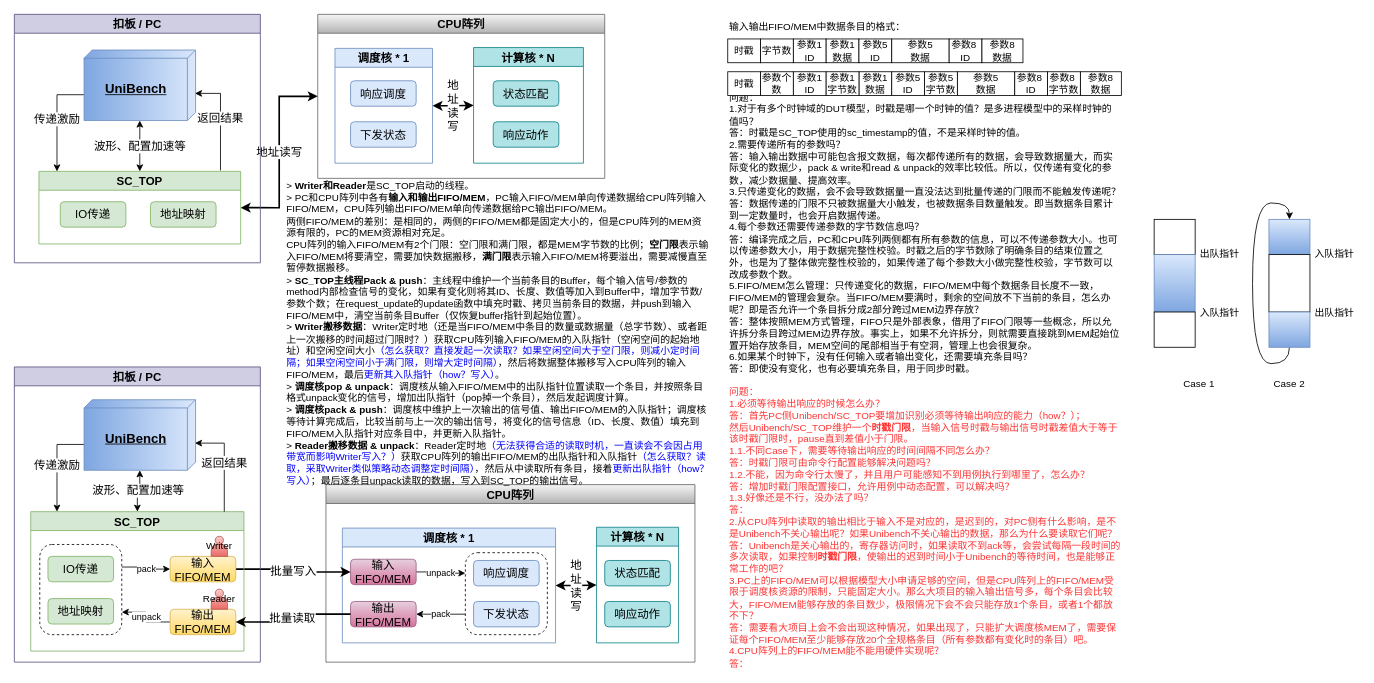
Before: page "异步通信" (2 of 2) of verilator_digrams/aync_comm.drawio in Dercury/CLDK, a draw.io diagram. Source tidied: cells renumbered, new cells numbered last; positions are measured from the earlier drawing's top-left corner, leaving out a move shared by most shapes. Both pictures are drawn from the tidied source at 82%, with x=0, y=0 at pixel (14, 14).
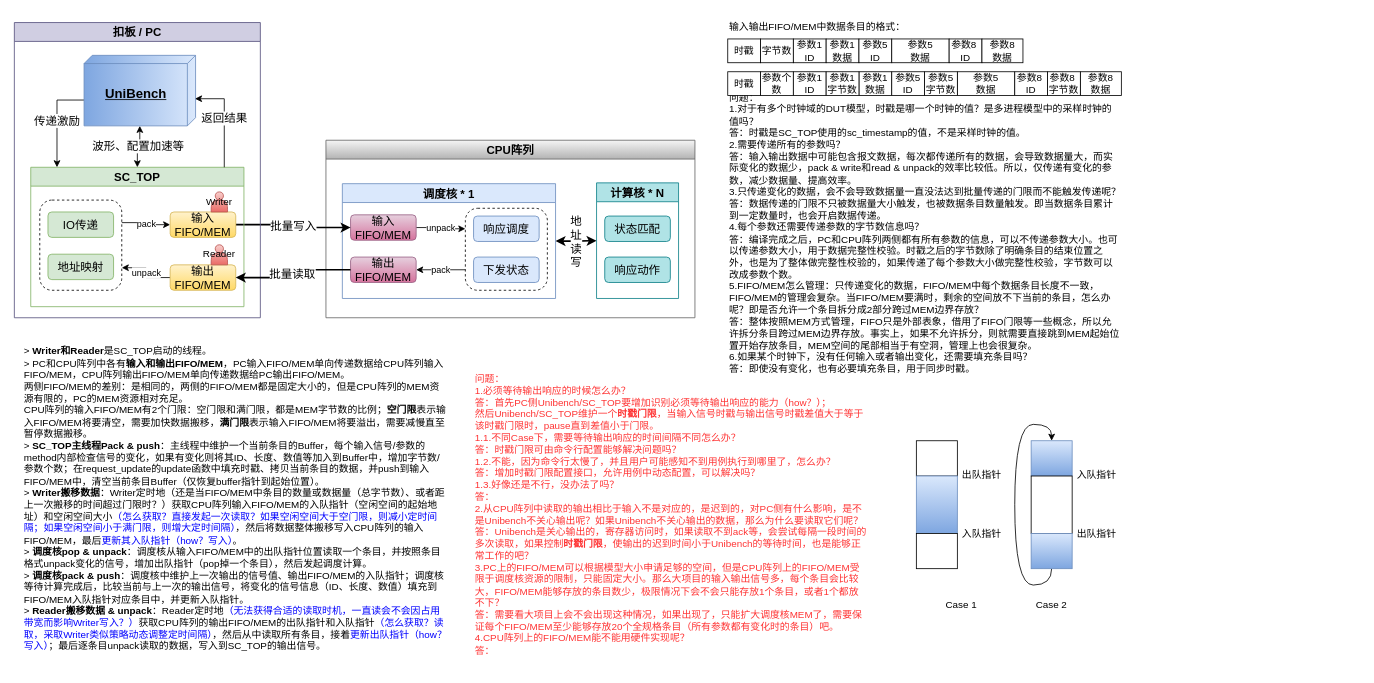
The same page after the edit.

Diff of the diagram source:
```diff
@@
-    <mxCell id="2" value="CPU阵列" style="swimlane;fontSize=14;fillColor=#f5f5f5;strokeColor=#666666;gradientColor=#b3b3b3;" parent="1" vertex="1">
-      <mxGeometry x="370" width="350" height="200" as="geometry" />
-    </mxCell>
-    <mxCell id="3" value="地&lt;br&gt;址&lt;br&gt;读&lt;br&gt;写" style="edgeStyle=orthogonalEdgeStyle;rounded=0;jettySize=auto;html=1;exitX=1;exitY=0.5;exitDx=0;exitDy=0;entryX=0;entryY=0.5;entryDx=0;entryDy=0;strokeWidth=2;fontSize=14;startArrow=classic;startFill=1;" parent="2" edge="1" source="4" target="7">
-      <mxGeometry relative="1" as="geometry" />
-    </mxCell>
-    <mxCell id="4" value="调度核 * 1" style="swimlane;fontSize=14;fillColor=#dae8fc;strokeColor=#6c8ebf;" parent="2" vertex="1">
-      <mxGeometry x="21" y="41.5" width="119" height="140" as="geometry" />
-    </mxCell>
-    <mxCell id="5" value="响应调度" style="rounded=1;whiteSpace=wrap;html=1;fontSize=14;fillColor=#dae8fc;strokeColor=#6c8ebf;" parent="4" vertex="1">
-      <mxGeometry x="19" y="39.5" width="80" height="31" as="geometry" />
-    </mxCell>
-    <mxCell id="6" value="下发状态" style="rounded=1;whiteSpace=wrap;html=1;fontSize=14;fillColor=#dae8fc;strokeColor=#6c8ebf;" parent="4" vertex="1">
-      <mxGeometry x="19" y="89.5" width="80" height="31" as="geometry" />
-    </mxCell>
-    <mxCell id="7" value="计算核 * N" style="swimlane;fontSize=14;fillColor=#b0e3e6;strokeColor=#0e8088;" parent="2" vertex="1">
-      <mxGeometry x="190" y="40.5" width="134" height="141" as="geometry" />
-    </mxCell>
-    <mxCell id="8" value="状态匹配" style="rounded=1;whiteSpace=wrap;html=1;fontSize=14;fillColor=#b0e3e6;strokeColor=#0e8088;" parent="7" vertex="1">
-      <mxGeometry x="24" y="40.5" width="80" height="31" as="geometry" />
-    </mxCell>
-    <mxCell id="9" value="响应动作" style="rounded=1;whiteSpace=wrap;html=1;fontSize=14;fillColor=#b0e3e6;strokeColor=#0e8088;" parent="7" vertex="1">
-      <mxGeometry x="24" y="90.5" width="80" height="31" as="geometry" />
-    </mxCell>
-    <mxCell id="10" value="地址读写" style="edgeStyle=orthogonalEdgeStyle;rounded=0;jettySize=auto;html=1;exitX=1;exitY=0.5;exitDx=0;exitDy=0;fontSize=14;startArrow=classic;startFill=1;strokeWidth=2;entryX=0;entryY=0.5;entryDx=0;entryDy=0;" parent="1" edge="1" source="12" target="2">
-      <mxGeometry relative="1" as="geometry" />
-    </mxCell>
-    <mxCell id="11" value="扣板 / PC" style="swimlane;fontSize=14;fillColor=#d0cee2;strokeColor=#56517e;" parent="1" vertex="1">
-      <mxGeometry width="300" height="303" as="geometry" />
-    </mxCell>
-    <mxCell id="12" value="SC_TOP" style="swimlane;fontSize=14;fillColor=#d5e8d4;strokeColor=#82b366;" parent="11" vertex="1">
-      <mxGeometry x="30" y="191.5" width="246" height="88.5" as="geometry" />
-    </mxCell>
-    <mxCell id="13" value="地址映射" style="rounded=1;whiteSpace=wrap;html=1;fontSize=14;fillColor=#d5e8d4;strokeColor=#82b366;" parent="12" vertex="1">
-      <mxGeometry x="136" y="37" width="80" height="31" as="geometry" />
-    </mxCell>
-    <mxCell id="14" value="IO传递" style="rounded=1;whiteSpace=wrap;html=1;fontSize=14;fillColor=#d5e8d4;strokeColor=#82b366;" parent="12" vertex="1">
-      <mxGeometry x="26" y="37" width="80" height="31" as="geometry" />
-    </mxCell>
-    <mxCell id="15" value="传递激励" style="edgeStyle=orthogonalEdgeStyle;rounded=0;jettySize=auto;html=1;fontSize=14;startArrow=none;startFill=0;" parent="11" edge="1" source="17" target="12">
-      <mxGeometry relative="1" as="geometry">
-        <Array as="points">
-          <mxPoint x="52" y="98" />
-        </Array>
-      </mxGeometry>
-    </mxCell>
-    <mxCell id="16" value="波形、配置加速等" style="edgeStyle=orthogonalEdgeStyle;rounded=0;jettySize=auto;html=1;strokeWidth=1;fontSize=14;startArrow=classic;startFill=1;" parent="11" edge="1" source="17" target="12">
-      <mxGeometry relative="1" as="geometry" />
-    </mxCell>
-    <mxCell id="17" value="UniBench" style="verticalAlign=middle;align=center;spacingTop=8;spacingLeft=2;spacingRight=12;shape=cube;size=10;direction=south;fontStyle=5;html=1;fontSize=16;fillColor=#dae8fc;gradientColor=#7ea6e0;strokeColor=#6c8ebf;" parent="11" vertex="1">
-      <mxGeometry x="85" y="43.5" width="136" height="86" as="geometry" />
-    </mxCell>
-    <mxCell id="18" value="返回结果" style="edgeStyle=orthogonalEdgeStyle;rounded=0;jettySize=auto;html=1;fontSize=14;startArrow=none;startFill=0;exitX=0.9;exitY=-0.013;exitDx=0;exitDy=0;entryX=0.615;entryY=0.005;entryDx=0;entryDy=0;entryPerimeter=0;exitPerimeter=0;" parent="11" edge="1" source="12" target="17">
-      <mxGeometry relative="1" as="geometry" />
-    </mxCell>
     <mxCell id="19" value="CPU阵列" style="swimlane;fontSize=14;fillColor=#f5f5f5;strokeColor=#666666;gradientColor=#b3b3b3;" parent="1" vertex="1">
-      <mxGeometry x="380" y="573.5" width="450" height="216.5" as="geometry" />
+      <mxGeometry x="380" y="153.5" width="450" height="216.5" as="geometry" />
     </mxCell>
@@
     <mxCell id="34" value="扣板 / PC" style="swimlane;fontSize=14;fillColor=#d0cee2;strokeColor=#56517e;" parent="1" vertex="1">
-      <mxGeometry y="430" width="300" height="360" as="geometry" />
+      <mxGeometry y="10" width="300" height="360" as="geometry" />
     </mxCell>
@@
     <mxCell id="51" value="&lt;div&gt;&lt;span style=&quot;background-color: initial; color: rgb(255, 51, 51);&quot;&gt;问题：&lt;/span&gt;&lt;br&gt;&lt;/div&gt;&lt;div&gt;&lt;font color=&quot;#ff3333&quot;&gt;1.必须等待输出响应的时候怎么办？&lt;/font&gt;&lt;/div&gt;&lt;div&gt;&lt;font color=&quot;#ff3333&quot;&gt;答：首先PC侧Unibench/SC_TOP要增加识别必须等待输出响应的能力（how？）；&lt;/font&gt;&lt;/div&gt;&lt;div&gt;&lt;font color=&quot;#ff3333&quot;&gt;然后Unibench/SC_TOP维护一个&lt;b&gt;时戳门限&lt;/b&gt;，当输入信号时戳与输出信号时戳差值大于等于该时戳门限时，pause直到差值小于门限。&lt;/font&gt;&lt;/div&gt;&lt;div&gt;&lt;font color=&quot;#ff3333&quot;&gt;1.1.不同Case下，需要等待输出响应的时间间隔不同怎么办？&lt;/font&gt;&lt;/div&gt;&lt;div&gt;&lt;font color=&quot;#ff3333&quot;&gt;答：时戳门限可由命令行配置能够解决问题吗？&lt;/font&gt;&lt;/div&gt;&lt;div&gt;&lt;font color=&quot;#ff3333&quot;&gt;1.2.不能，因为命令行太慢了，并且用户可能感知不到用例执行到哪里了，怎么办？&lt;/font&gt;&lt;/div&gt;&lt;div&gt;&lt;font color=&quot;#ff3333&quot;&gt;答：增加时戳门限配置接口，允许用例中动态配置，可以解决吗？&lt;/font&gt;&lt;/div&gt;&lt;div&gt;&lt;font color=&quot;#ff3333&quot;&gt;1.3.好像还是不行，没办法了吗？&lt;/font&gt;&lt;/div&gt;&lt;div&gt;&lt;font color=&quot;#ff3333&quot;&gt;答：&lt;/font&gt;&lt;/div&gt;&lt;div&gt;&lt;font color=&quot;#ff3333&quot;&gt;2.从CPU阵列中读取的输出相比于输入不是对应的，是迟到的，对PC侧有什么影响，是不是Unibench不关心输出呢？&lt;/font&gt;&lt;span style=&quot;color: rgb(255, 51, 51); background-color: initial;&quot;&gt;如果Unibench不关心输出的数据，那么为什么要读取它们呢？&lt;/span&gt;&lt;/div&gt;&lt;div&gt;&lt;span style=&quot;color: rgb(255, 51, 51);&quot;&gt;答：Unibench是关心输出的，寄存器访问时，如果读取不到ack等，会尝试每隔一段时间的多次读取，如果控制&lt;b&gt;时戳门限&lt;/b&gt;，使输出的迟到时间小于Unibench的等待时间，也是能够正常工作的吧？&lt;/span&gt;&lt;span style=&quot;color: rgb(255, 51, 51); background-color: initial;&quot;&gt;&lt;br&gt;&lt;/span&gt;&lt;/div&gt;&lt;div&gt;&lt;span style=&quot;color: rgb(255, 51, 51); background-color: initial;&quot;&gt;3.PC上的FIFO/MEM可以根据模型大小申请足够的空间，但是CPU阵列上的FIFO/MEM受限于调度核资源的限制，只能固定大小。那么大项目的输入输出信号多，每个条目会比较大，FIFO/MEM能够存放的条目数少，极限情况下会不会只能存放1个条目，或者1个都放不下？&lt;/span&gt;&lt;/div&gt;&lt;div&gt;&lt;span style=&quot;color: rgb(255, 51, 51); background-color: initial;&quot;&gt;答：需要看大项目上会不会出现这种情况，如果出现了，只能扩大调度核MEM了，需要保证每个FIFO/MEM至少能够存放20个全规格条目（所有参数都有变化时的条目）吧。&lt;/span&gt;&lt;/div&gt;&lt;div&gt;&lt;span style=&quot;color: rgb(255, 51, 51); background-color: initial;&quot;&gt;4.CPU阵列上的FIFO/MEM能不能用硬件实现呢？&lt;/span&gt;&lt;/div&gt;&lt;div&gt;&lt;span style=&quot;color: rgb(255, 51, 51);&quot;&gt;答：&lt;/span&gt;&lt;span style=&quot;color: rgb(255, 51, 51); background-color: initial;&quot;&gt;&lt;br&gt;&lt;/span&gt;&lt;/div&gt;" style="text;html=1;align=left;verticalAlign=middle;whiteSpace=wrap;rounded=0;" parent="1" vertex="1">
-      <mxGeometry x="870" y="461" width="480" height="329" as="geometry" />
+      <mxGeometry x="560" y="430" width="480" height="360" as="geometry" />
     </mxCell>
@@
     <mxCell id="73" value="&lt;div&gt;&lt;span style=&quot;background-color: initial;&quot;&gt;&amp;gt; &lt;b&gt;Writer和Reader&lt;/b&gt;是SC_TOP启动的线程。&lt;/span&gt;&lt;/div&gt;&lt;div&gt;&lt;span style=&quot;background-color: initial;&quot;&gt;&amp;gt; PC和CPU阵列中各有&lt;b&gt;输入和输出FIFO/MEM&lt;/b&gt;，PC输入FIFO/MEM单向传递数据给CPU阵列输入FIFO/MEM，CPU阵列输出FIFO/MEM单向传递数据给PC输出FIFO/MEM。&lt;/span&gt;&lt;br&gt;&lt;/div&gt;&lt;div&gt;两侧FIFO/MEM的差别：是相同的，两侧的FIFO/MEM都是固定大小的，但是&lt;span style=&quot;background-color: initial;&quot;&gt;CPU阵列的MEM资源有限的，&lt;/span&gt;&lt;span style=&quot;background-color: initial;&quot;&gt;PC的MEM资源相对充足。&lt;/span&gt;&lt;/div&gt;&lt;div&gt;CPU阵列的输入FIFO/MEM有2个门限：空门限和满门限，都是MEM字节数的比例；&lt;b&gt;空门限&lt;/b&gt;表示输入FIFO/MEM将要清空，需要加快数据搬移，&lt;b&gt;满门限&lt;/b&gt;表示输入FIFO/MEM将要溢出，需要减慢直至暂停数据搬移。&lt;br&gt;&lt;/div&gt;&lt;div&gt;&lt;span style=&quot;background-color: initial;&quot;&gt;&amp;gt;&amp;nbsp;&lt;/span&gt;&lt;b style=&quot;background-color: initial;&quot;&gt;SC_TOP&lt;/b&gt;&lt;b style=&quot;background-color: initial;&quot;&gt;主线程Pack &amp;amp; push&lt;/b&gt;&lt;span style=&quot;background-color: initial;&quot;&gt;：主线程中维护一个当前条目的Buffer，每个输入信号/参数的method内部检查信号的变化，如果有变化则将其ID、长度、数值等加入到Buffer中，增加字节数/参数个数；在request_update的update函数中填充时戳、拷贝当前条目的数据，并push到输入FIFO/MEM中，清空当前条目Buffer（仅恢复buffer指针到起始位置）。&lt;/span&gt;&lt;/div&gt;&lt;div&gt;&amp;gt; &lt;b&gt;Writer搬移数据&lt;/b&gt;：&lt;span style=&quot;background-color: initial;&quot;&gt;Writer定时地&lt;/span&gt;&lt;span style=&quot;background-color: initial;&quot;&gt;（还是当FIFO/MEM中条目的数量或数据量（总字节数）、或者距上一次搬移的时间超过门限时？&lt;/span&gt;&lt;span style=&quot;background-color: initial;&quot;&gt;）&lt;/span&gt;&lt;font style=&quot;background-color: initial;&quot;&gt;获取CPU阵列输入FIFO/MEM的入队指针（&lt;/font&gt;&lt;span style=&quot;background-color: initial;&quot;&gt;空闲空间的起始地址&lt;/span&gt;&lt;font style=&quot;background-color: initial;&quot;&gt;）和空闲空间大小&lt;/font&gt;&lt;font color=&quot;#0000ff&quot; style=&quot;background-color: initial;&quot;&gt;（怎么获取？直接发起一次读取？如果空闲空间大于空门限，则减小定时间隔；如果空闲空间小于满门限，则增大定时间隔）&lt;/font&gt;&lt;span style=&quot;background-color: initial;&quot;&gt;，然后将数据整体搬移写入CPU阵列的输入FIFO/MEM，最后&lt;/span&gt;&lt;font color=&quot;#0000ff&quot; style=&quot;background-color: initial;&quot;&gt;更新其入队指针（how？写入）&lt;/font&gt;&lt;span style=&quot;background-color: initial;&quot;&gt;。&lt;/span&gt;&lt;/div&gt;&lt;div&gt;&amp;gt; &lt;b&gt;调度核pop &amp;amp; unpack&lt;/b&gt;：调度核从输入FIFO/MEM中的出队指针位置读取一个条目，并按照条目格式unpack变化的信号，增加出队指针（pop掉一个条目），然后发起调度计算。&lt;/div&gt;&lt;div&gt;&amp;gt; &lt;b&gt;调度核pack &amp;amp; push&lt;/b&gt;：调度核中维护上一次输出的信号值、输出FIFO/MEM的入队指针；调度核等待计算完成后，比较当前与上一次的输出信号，将变化的信号信息（ID、长度、数值）填充到FIFO/MEM入队指针对应条目中，并更新入队指针。&lt;/div&gt;&lt;div&gt;&amp;gt; &lt;b&gt;Reader搬移数据 &amp;amp; unpack&lt;/b&gt;：Reader定时地&lt;font color=&quot;#0000ff&quot;&gt;（无法获得合适的读取时机，一直读会不会因占用带宽而影响Writer写入？&lt;/font&gt;&lt;span style=&quot;background-color: initial;&quot;&gt;&lt;font color=&quot;#0000ff&quot;&gt;）&lt;/font&gt;获取&lt;/span&gt;&lt;span style=&quot;background-color: initial;&quot;&gt;CPU阵列的输出FIFO/MEM的出队指针和入队指针&lt;/span&gt;&lt;span style=&quot;background-color: initial;&quot;&gt;&lt;font color=&quot;#0000ff&quot;&gt;（怎么获取？读取，采取Writer类似策略动态调整定时间隔）&lt;/font&gt;&lt;/span&gt;&lt;span style=&quot;background-color: initial;&quot;&gt;，然后&lt;/span&gt;&lt;span style=&quot;background-color: initial;&quot;&gt;从中读取所有条目，接着&lt;/span&gt;&lt;font color=&quot;#0000ff&quot; style=&quot;background-color: initial;&quot;&gt;更新出队指针（how？写入）&lt;/font&gt;&lt;span style=&quot;background-color: initial;&quot;&gt;；最后逐条目unpack读取的数据，写入到SC_TOP的输出信号。&lt;/span&gt;&lt;/div&gt;" style="text;html=1;align=left;verticalAlign=middle;whiteSpace=wrap;rounded=0;" parent="1" vertex="1">
-      <mxGeometry x="330" y="203.5" width="520" height="370" as="geometry" />
+      <mxGeometry x="10" y="401" width="520" height="380" as="geometry" />
     </mxCell>
     <mxCell id="74" style="group;" parent="1" vertex="1">
-      <mxGeometry x="1390" y="230" width="250" height="231" as="geometry" />
+      <mxGeometry x="1100" y="500" width="250" height="231" as="geometry" />
     </mxCell>
```
